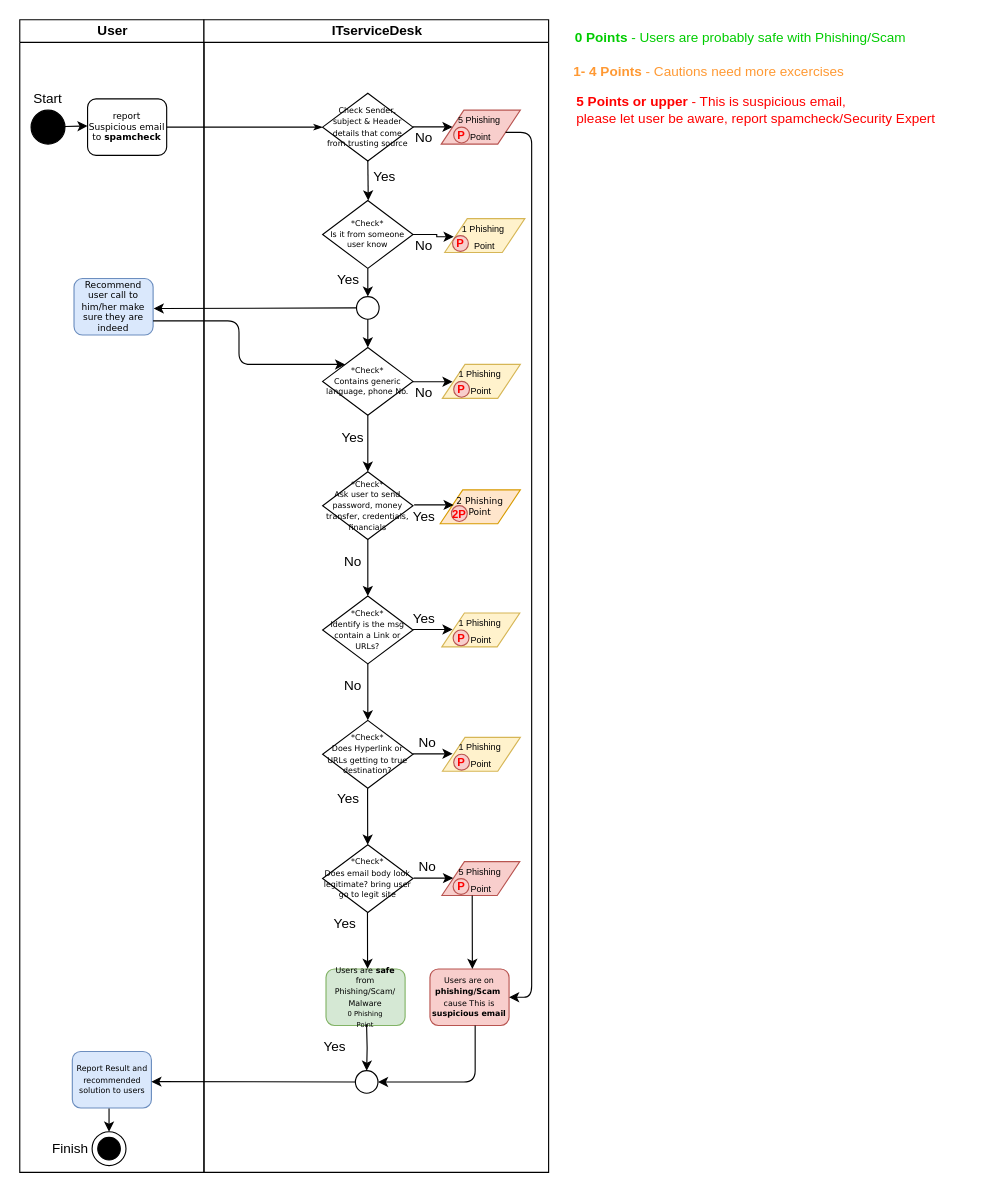
The draw.io diagram Sec-L1-ITSD.drawio in psukasame/sukasamecloud, before the edit. Source tidied: cells renumbered, new cells numbered last; positions are measured from the earlier drawing's top-left corner, leaving out a move shared by most shapes. Both pictures are drawn from the tidied source at 113%, with x=0, y=0 at pixel (19, 19).
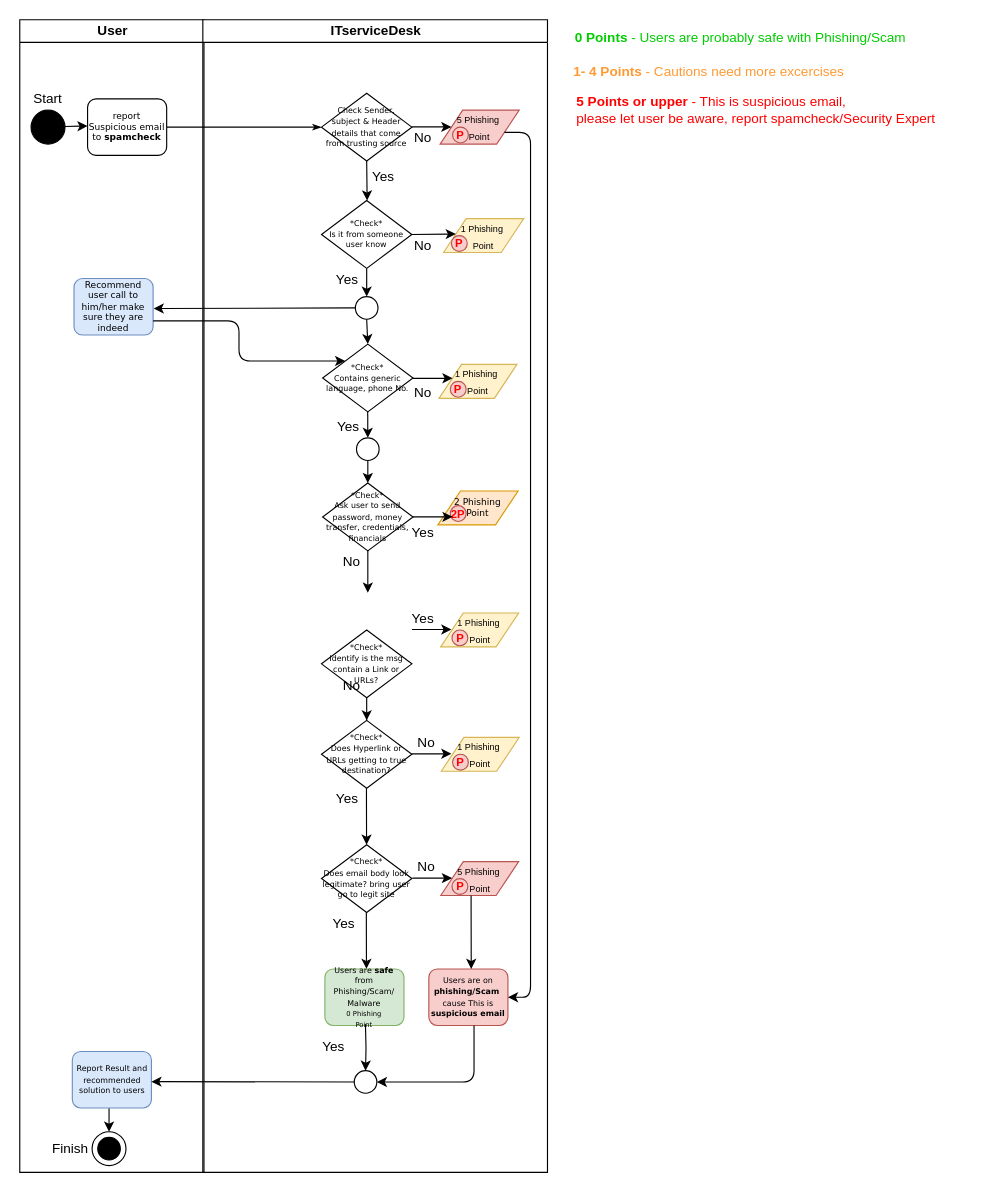
The same page after the edit.

The change refers to these unchanged cells:
```xml
<mxCell id="42" value="&lt;font style=&quot;font-size: 8px&quot;&gt;1 Phishing&amp;nbsp;&lt;br&gt;Point&lt;br&gt;&lt;/font&gt;" style="shape=parallelogram;perimeter=parallelogramPerimeter;whiteSpace=wrap;html=1;fixedSize=1;fillColor=#fff2cc;strokeColor=#d6b656;" parent="14" vertex="1">
  <mxGeometry x="213" y="176" width="71" height="30" as="geometry" />
</mxCell>
```

The edit, as a diff of the source:
```diff
@@
     <mxCell id="14" value="ITserviceDesk" style="swimlane;html=1;startSize=20;" parent="1" vertex="1">
-      <mxGeometry x="163" width="305" height="1020" as="geometry" />
+      <mxGeometry x="162" width="305" height="1020" as="geometry" />
     </mxCell>
@@
     <mxCell id="19" value="&lt;span style=&quot;font-size: 7px&quot;&gt;*Check*&lt;br&gt;Contains generic language, phone No.&lt;br&gt;&lt;/span&gt;" style="rhombus;whiteSpace=wrap;html=1;rounded=0;shadow=0;labelBackgroundColor=none;strokeWidth=1;fontFamily=Verdana;fontSize=8;align=center;" parent="14" vertex="1">
-      <mxGeometry x="105" y="290" width="80" height="60" as="geometry" />
+      <mxGeometry x="106" y="287" width="80" height="60" as="geometry" />
     </mxCell>
     <mxCell id="20" value="&lt;span style=&quot;font-size: 7px&quot;&gt;*Check*&lt;br&gt;Ask user to send password, money transfer, credentials, financials&lt;br&gt;&lt;/span&gt;" style="rhombus;whiteSpace=wrap;html=1;rounded=0;shadow=0;labelBackgroundColor=none;strokeWidth=1;fontFamily=Verdana;fontSize=8;align=center;" parent="14" vertex="1">
-      <mxGeometry x="105" y="400" width="80" height="60" as="geometry" />
+      <mxGeometry x="106" y="410" width="80" height="60" as="geometry" />
     </mxCell>
-    <mxCell id="21" style="edgeStyle=orthogonalEdgeStyle;rounded=0;jettySize=auto;html=1;" parent="14" edge="1" source="19" target="20">
-      <mxGeometry relative="1" as="geometry" />
-    </mxCell>
     <mxCell id="22" value="Yes" style="text;html=1;strokeColor=none;fillColor=none;align=center;verticalAlign=middle;whiteSpace=wrap;rounded=0;" parent="14" vertex="1">
-      <mxGeometry x="112" y="360" width="40" height="20" as="geometry" />
+      <mxGeometry x="109" y="350" width="40" height="20" as="geometry" />
     </mxCell>
@@
     <mxCell id="24" value="&lt;span style=&quot;font-size: 7px&quot;&gt;*Check*&lt;br&gt;&lt;/span&gt;&lt;span style=&quot;font-size: 7px&quot;&gt;Identify is the msg contain a Link or URLs?&lt;/span&gt;" style="rhombus;whiteSpace=wrap;html=1;rounded=0;shadow=0;labelBackgroundColor=none;strokeWidth=1;fontFamily=Verdana;fontSize=8;align=center;" parent="14" vertex="1">
-      <mxGeometry x="105" y="510" width="80" height="60" as="geometry" />
+      <mxGeometry x="105" y="540" width="80" height="60" as="geometry" />
     </mxCell>
@@
-    <mxCell id="35" style="edgeStyle=orthogonalEdgeStyle;rounded=0;jettySize=auto;html=1;entryX=0.5;entryY=0;entryDx=0;entryDy=0;" parent="14" edge="1" source="20">
+    <mxCell id="35" style="edgeStyle=orthogonalEdgeStyle;rounded=0;orthogonalLoop=1;jettySize=auto;html=1;" parent="14" edge="1">
       <mxGeometry relative="1" as="geometry">
-        <mxPoint x="145" y="510" as="targetPoint" />
+        <mxPoint x="146" y="469.2" as="sourcePoint" />
+        <mxPoint x="146" y="507" as="targetPoint" />
+        <Array as="points">
+          <mxPoint x="146" y="477" />
+          <mxPoint x="146" y="477" />
+        </Array>
       </mxGeometry>
     </mxCell>
@@
     <mxCell id="44" value="&lt;font style=&quot;font-size: 8px&quot;&gt;1 Phishing&amp;nbsp;&lt;br&gt;Point&lt;br&gt;&lt;/font&gt;" style="shape=parallelogram;perimeter=parallelogramPerimeter;whiteSpace=wrap;html=1;fixedSize=1;fillColor=#fff2cc;strokeColor=#d6b656;" parent="14" vertex="1">
-      <mxGeometry x="211" y="305" width="69" height="30" as="geometry" />
+      <mxGeometry x="209" y="305" width="69" height="30" as="geometry" />
     </mxCell>
     <mxCell id="45" value="&lt;font style=&quot;font-size: 10px&quot; color=&quot;#ff0000&quot;&gt;&lt;b&gt;P&lt;/b&gt;&lt;/font&gt;" style="ellipse;whiteSpace=wrap;html=1;fillColor=#f8cecc;strokeColor=#b85450;" parent="14" vertex="1">
-      <mxGeometry x="221" y="320" width="14" height="14" as="geometry" />
+      <mxGeometry x="219" y="320" width="14" height="14" as="geometry" />
     </mxCell>
@@
     <mxCell id="49" value="2 Phishing&lt;br&gt;Point" style="shape=parallelogram;perimeter=parallelogramPerimeter;whiteSpace=wrap;html=1;fixedSize=1;rounded=0;shadow=0;fontFamily=Verdana;fontSize=8;strokeWidth=1;fillColor=#ffe6cc;strokeColor=#d79b00;" parent="14" vertex="1">
-      <mxGeometry x="209" y="416" width="71" height="30" as="geometry" />
+      <mxGeometry x="208" y="417" width="71" height="30" as="geometry" />
     </mxCell>
@@
     <mxCell id="51" style="edgeStyle=orthogonalEdgeStyle;rounded=0;orthogonalLoop=1;jettySize=auto;html=1;" parent="14" edge="1">
       <mxGeometry relative="1" as="geometry">
-        <mxPoint x="186" y="429.3" as="sourcePoint" />
-        <mxPoint x="221" y="429.3" as="targetPoint" />
+        <mxPoint x="186" y="439.9" as="sourcePoint" />
+        <mxPoint x="221" y="439.9" as="targetPoint" />
       </mxGeometry>
     </mxCell>
     <mxCell id="52" style="edgeStyle=orthogonalEdgeStyle;rounded=0;orthogonalLoop=1;jettySize=auto;html=1;" parent="14" edge="1">
       <mxGeometry relative="1" as="geometry">
-        <mxPoint x="185" y="320.3" as="sourcePoint" />
-        <mxPoint x="220" y="320.3" as="targetPoint" />
+        <mxPoint x="186" y="317.3" as="sourcePoint" />
+        <mxPoint x="221" y="317.3" as="targetPoint" />
       </mxGeometry>
     </mxCell>
@@
     <mxCell id="54" value="Yes" style="text;html=1;strokeColor=none;fillColor=none;align=center;verticalAlign=middle;whiteSpace=wrap;rounded=0;" parent="14" vertex="1">
-      <mxGeometry x="175" y="430" width="40" height="20" as="geometry" />
+      <mxGeometry x="175" y="444" width="40" height="20" as="geometry" />
     </mxCell>
@@
-    <mxCell id="73" style="edgeStyle=orthogonalEdgeStyle;rounded=0;orthogonalLoop=1;jettySize=auto;html=1;entryX=0;entryY=0.5;entryDx=0;entryDy=0;exitX=0.25;exitY=0;exitDx=0;exitDy=0;" parent="14" edge="1">
-      <mxGeometry relative="1" as="geometry">
-        <mxPoint x="185" y="190" as="sourcePoint" />
-        <mxPoint x="221" y="192" as="targetPoint" />
-        <Array as="points">
-          <mxPoint x="206" y="190" />
-          <mxPoint x="206" y="192" />
-        </Array>
-      </mxGeometry>
-    </mxCell>
+    <mxCell id="80" style="endArrow=classic;html=1;entryX=0.154;entryY=0.454;entryDx=0;entryDy=0;entryPerimeter=0;" parent="14" edge="1" target="42">
+      <mxGeometry relative="1" as="geometry">
+        <mxPoint x="184" y="190" as="sourcePoint" />
+      </mxGeometry>
+    </mxCell>
+    <mxCell id="81" style="ellipse;whiteSpace=wrap;html=1;fillColor=#FFFFFF;" parent="14" vertex="1">
+      <mxGeometry x="136" y="370" width="20" height="20" as="geometry" />
+    </mxCell>
+    <mxCell id="82" style="endArrow=classic;html=1;exitX=0.5;exitY=1;exitDx=0;exitDy=0;" parent="14" edge="1" source="81">
+      <mxGeometry relative="1" as="geometry">
+        <mxPoint x="146" y="410" as="targetPoint" />
+      </mxGeometry>
+    </mxCell>
+    <mxCell id="83" style="endArrow=classic;html=1;exitX=0.5;exitY=1;exitDx=0;exitDy=0;entryX=0.5;entryY=0;entryDx=0;entryDy=0;" parent="14" edge="1" target="81">
+      <mxGeometry relative="1" as="geometry">
+        <mxPoint x="145.9" y="347" as="sourcePoint" />
+      </mxGeometry>
+    </mxCell>
```
